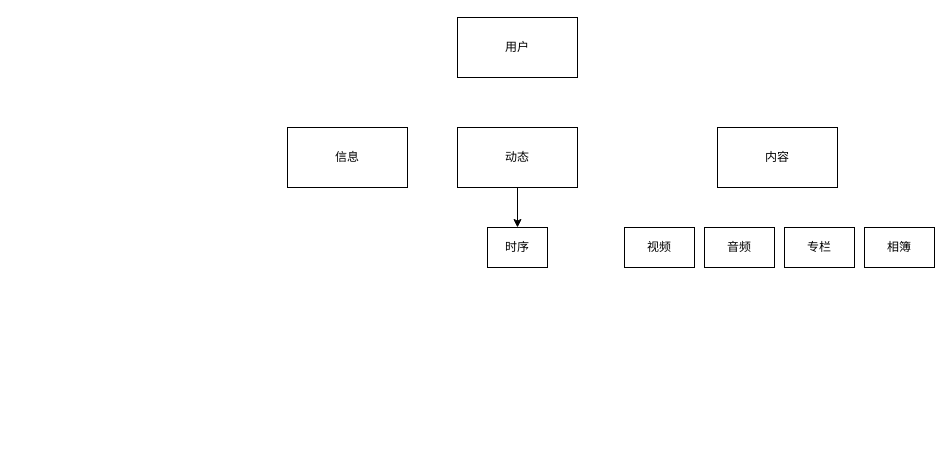
Before: v-lons.drawio in Echidnaaa/draw, a draw.io diagram. Source tidied: cells renumbered, new cells numbered last; positions are measured from the earlier drawing's top-left corner, leaving out a move shared by most shapes. Both pictures are drawn from the tidied source at 100%, with x=0, y=0 at pixel (287, 17).
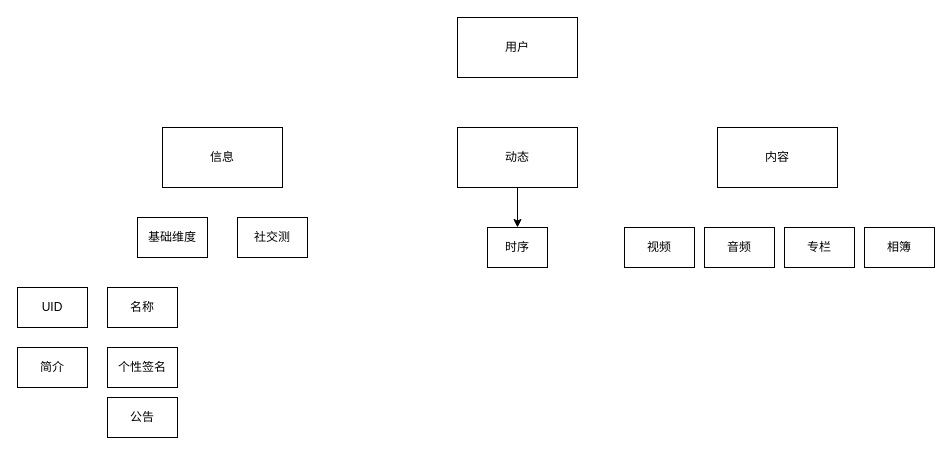
After the change.

What changed in the source:
```diff
@@
 <mxGraphModel>
   <root>
     <mxCell id="0" />
     <mxCell id="1" parent="0" />
     <mxCell id="2" value="用户" style="rounded=0;whiteSpace=wrap;html=1;" parent="1" vertex="1">
       <mxGeometry x="170" width="120" height="60" as="geometry" />
     </mxCell>
     <mxCell id="3" value="信息" style="rounded=0;whiteSpace=wrap;html=1;" parent="1" vertex="1">
-      <mxGeometry y="110" width="120" height="60" as="geometry" />
+      <mxGeometry x="-125" y="110" width="120" height="60" as="geometry" />
     </mxCell>
     <mxCell id="4" style="edgeStyle=orthogonalEdgeStyle;rounded=0;jettySize=auto;html=1;entryX=0.5;entryY=0;entryDx=0;entryDy=0;" parent="1" edge="1" source="5" target="6">
       <mxGeometry relative="1" as="geometry" />
     </mxCell>
     <mxCell id="5" value="动态" style="rounded=0;whiteSpace=wrap;html=1;" parent="1" vertex="1">
       <mxGeometry x="170" y="110" width="120" height="60" as="geometry" />
     </mxCell>
     <mxCell id="6" value="时序" style="rounded=0;whiteSpace=wrap;html=1;" parent="1" vertex="1">
       <mxGeometry x="200" y="210" width="60" height="40" as="geometry" />
     </mxCell>
     <mxCell id="7" value="内容" style="rounded=0;whiteSpace=wrap;html=1;" parent="1" vertex="1">
       <mxGeometry x="430" y="110" width="120" height="60" as="geometry" />
     </mxCell>
     <mxCell id="8" value="视频" style="rounded=0;whiteSpace=wrap;html=1;" parent="1" vertex="1">
       <mxGeometry x="337" y="210" width="70" height="40" as="geometry" />
     </mxCell>
     <mxCell id="9" value="音频" style="rounded=0;whiteSpace=wrap;html=1;" parent="1" vertex="1">
       <mxGeometry x="417" y="210" width="70" height="40" as="geometry" />
     </mxCell>
     <mxCell id="10" value="专栏" style="rounded=0;whiteSpace=wrap;html=1;" parent="1" vertex="1">
       <mxGeometry x="497" y="210" width="70" height="40" as="geometry" />
     </mxCell>
     <mxCell id="11" value="相簿" style="rounded=0;whiteSpace=wrap;html=1;" parent="1" vertex="1">
       <mxGeometry x="577" y="210" width="70" height="40" as="geometry" />
     </mxCell>
+    <mxCell id="12" value="基础维度" style="rounded=0;whiteSpace=wrap;html=1;" parent="1" vertex="1">
+      <mxGeometry x="-150" y="200" width="70" height="40" as="geometry" />
+    </mxCell>
+    <mxCell id="13" value="社交测" style="rounded=0;whiteSpace=wrap;html=1;" parent="1" vertex="1">
+      <mxGeometry x="-50" y="200" width="70" height="40" as="geometry" />
+    </mxCell>
+    <mxCell id="14" value="UID" style="rounded=0;whiteSpace=wrap;html=1;" parent="1" vertex="1">
+      <mxGeometry x="-270" y="270" width="70" height="40" as="geometry" />
+    </mxCell>
+    <mxCell id="15" value="名称" style="rounded=0;whiteSpace=wrap;html=1;" parent="1" vertex="1">
+      <mxGeometry x="-180" y="270" width="70" height="40" as="geometry" />
+    </mxCell>
+    <mxCell id="16" value="个性签名" style="rounded=0;whiteSpace=wrap;html=1;" parent="1" vertex="1">
+      <mxGeometry x="-180" y="330" width="70" height="40" as="geometry" />
+    </mxCell>
+    <mxCell id="17" value="公告" style="rounded=0;whiteSpace=wrap;html=1;" parent="1" vertex="1">
+      <mxGeometry x="-180" y="380" width="70" height="40" as="geometry" />
+    </mxCell>
+    <mxCell id="18" value="简介" style="rounded=0;whiteSpace=wrap;html=1;" parent="1" vertex="1">
+      <mxGeometry x="-270" y="330" width="70" height="40" as="geometry" />
+    </mxCell>
   </root>
 </mxGraphModel>
```
